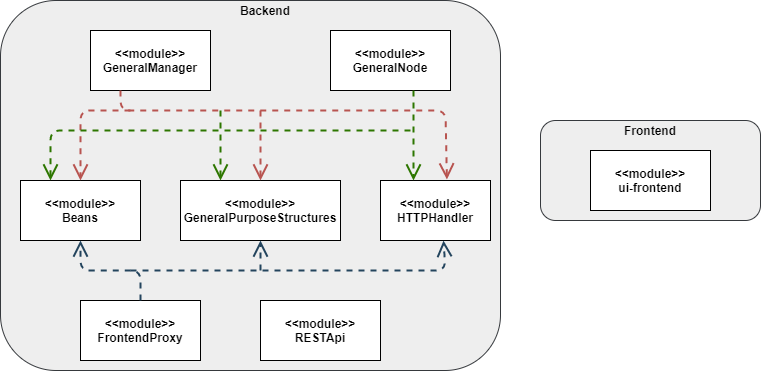
The draw.io diagram docs/diagram/arch/module.png in StratulatStefan/Licenta, before a commit. Source tidied: cells renumbered, new cells last; positions are measured from the earlier drawing's top-left corner, leaving out a move shared by most shapes.
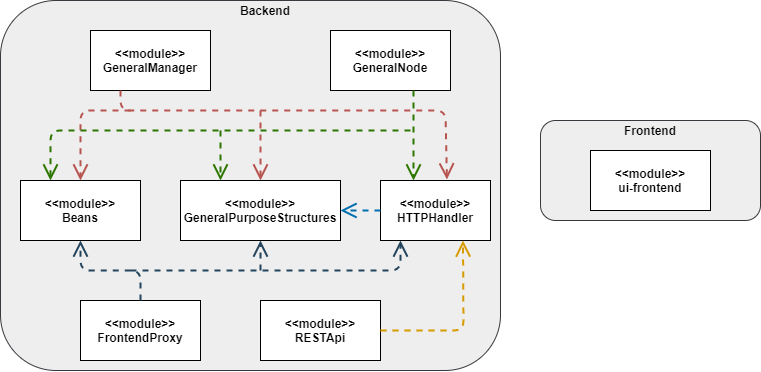
Above is the later version.

Change to the diagram source:
```diff
@@ -82,7 +82,7 @@
     </mxCell>
     <mxCell id="20" style="endArrow=open;endSize=12;dashed=1;html=1;strokeWidth=2;entryX=0.25;entryY=0;entryDx=0;entryDy=0;fillColor=#60a917;strokeColor=#2D7600;" parent="6" edge="1" target="12">
       <mxGeometry relative="1" as="geometry">
-        <mxPoint x="220" y="110" as="sourcePoint" />
+        <mxPoint x="220" y="130" as="sourcePoint" />
       </mxGeometry>
     </mxCell>
     <mxCell id="21" style="endArrow=open;endSize=12;dashed=1;html=1;strokeWidth=2;entryX=0.5;entryY=1;entryDx=0;entryDy=0;fillColor=#bac8d3;strokeColor=#23445d;" parent="6" edge="1" target="11">
@@ -94,11 +94,12 @@
         </Array>
       </mxGeometry>
     </mxCell>
-    <mxCell id="22" style="endArrow=open;endSize=12;dashed=1;html=1;strokeWidth=2;entryX=0.573;entryY=1.002;entryDx=0;entryDy=0;fillColor=#bac8d3;strokeColor=#23445d;entryPerimeter=0;" parent="6" edge="1" target="13">
+    <mxCell id="22" style="endArrow=open;endSize=12;dashed=1;html=1;strokeWidth=2;fillColor=#bac8d3;strokeColor=#23445d;" parent="6" edge="1">
       <mxGeometry relative="1" as="geometry">
         <mxPoint x="130" y="270" as="sourcePoint" />
+        <mxPoint x="400" y="240" as="targetPoint" />
         <Array as="points">
-          <mxPoint x="445" y="270" />
+          <mxPoint x="400" y="270" />
         </Array>
       </mxGeometry>
     </mxCell>
@@ -110,5 +111,18 @@
     <mxCell id="24" value="&lt;b&gt;Backend&lt;/b&gt;" style="text;html=1;strokeColor=none;fillColor=none;align=center;verticalAlign=middle;whiteSpace=wrap;rounded=0;" parent="6" vertex="1">
       <mxGeometry x="230" width="70" height="20" as="geometry" />
     </mxCell>
+    <mxCell id="25" style="endArrow=open;endSize=12;dashed=1;html=1;entryX=0.75;entryY=1;entryDx=0;entryDy=0;strokeWidth=2;fillColor=#ffe6cc;strokeColor=#d79b00;" parent="1" edge="1" target="13">
+      <mxGeometry relative="1" as="geometry">
+        <mxPoint x="380" y="330" as="sourcePoint" />
+        <Array as="points">
+          <mxPoint x="463" y="330" />
+        </Array>
+      </mxGeometry>
+    </mxCell>
+    <mxCell id="26" style="endArrow=open;endSize=12;dashed=1;html=1;entryX=1;entryY=0.5;entryDx=0;entryDy=0;strokeWidth=2;fillColor=#1ba1e2;strokeColor=#006EAF;" parent="1" edge="1" target="12">
+      <mxGeometry relative="1" as="geometry">
+        <mxPoint x="380" y="210" as="sourcePoint" />
+      </mxGeometry>
+    </mxCell>
   </root>
 </mxGraphModel>
```
